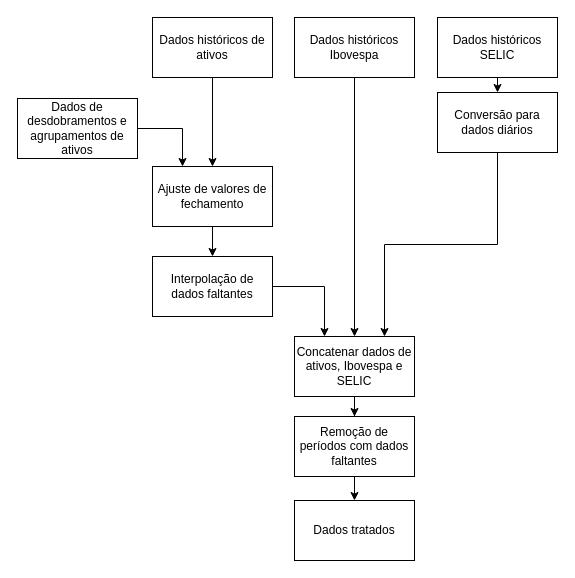
Earlier version of the draw.io diagram page "Page-1" (1 of 6) of imagens/fluxos.drawio (renandcl/Portfolio_Optimization). Source tidied: cells renumbered, new cells numbered last; positions are measured from the earlier drawing's top-left corner, leaving out a move shared by most shapes. Both pictures are drawn from the tidied source at 100%, with x=0, y=0 at pixel (17, 17).
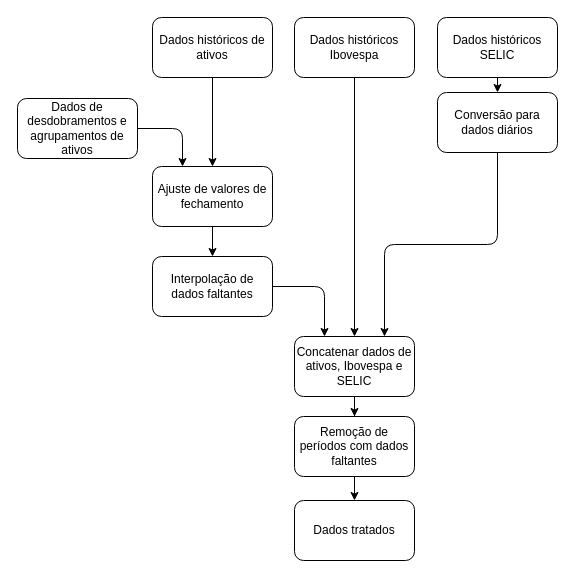
The same diagram, later.

The edit, as a diff of the source:
```diff
@@
-    <mxCell id="2" style="edgeStyle=orthogonalEdgeStyle;rounded=0;jettySize=auto;html=1;exitX=0.5;exitY=1;exitDx=0;exitDy=0;entryX=0.5;entryY=0;entryDx=0;entryDy=0;" parent="1" edge="1" source="3" target="11">
+    <mxCell id="2" style="edgeStyle=orthogonalEdgeStyle;rounded=1;jettySize=auto;html=1;exitX=0.5;exitY=1;exitDx=0;exitDy=0;entryX=0.5;entryY=0;entryDx=0;entryDy=0;" parent="1" edge="1" source="3" target="11">
       <mxGeometry relative="1" as="geometry" />
     </mxCell>
-    <mxCell id="3" value="Dados históricos de ativos" style="rounded=0;whiteSpace=wrap;html=1;" parent="1" vertex="1">
+    <mxCell id="3" value="Dados históricos de ativos" style="rounded=1;whiteSpace=wrap;html=1;" parent="1" vertex="1">
       <mxGeometry x="135" width="120" height="60" as="geometry" />
     </mxCell>
-    <mxCell id="4" style="edgeStyle=orthogonalEdgeStyle;rounded=0;jettySize=auto;html=1;exitX=1;exitY=0.5;exitDx=0;exitDy=0;entryX=0.25;entryY=0;entryDx=0;entryDy=0;" parent="1" edge="1" source="5" target="11">
+    <mxCell id="4" style="edgeStyle=orthogonalEdgeStyle;rounded=1;jettySize=auto;html=1;exitX=1;exitY=0.5;exitDx=0;exitDy=0;entryX=0.25;entryY=0;entryDx=0;entryDy=0;" parent="1" edge="1" source="5" target="11">
       <mxGeometry relative="1" as="geometry" />
     </mxCell>
-    <mxCell id="5" value="Dados de desdobramentos e agrupamentos de ativos" style="whiteSpace=wrap;html=1;rounded=0;" parent="1" vertex="1">
+    <mxCell id="5" value="Dados de desdobramentos e agrupamentos de ativos" style="whiteSpace=wrap;html=1;rounded=1;" parent="1" vertex="1">
       <mxGeometry y="81" width="120" height="60" as="geometry" />
     </mxCell>
-    <mxCell id="6" style="edgeStyle=orthogonalEdgeStyle;rounded=0;jettySize=auto;html=1;exitX=0.5;exitY=1;exitDx=0;exitDy=0;" parent="1" edge="1" source="7" target="17">
+    <mxCell id="6" style="edgeStyle=orthogonalEdgeStyle;rounded=1;jettySize=auto;html=1;exitX=0.5;exitY=1;exitDx=0;exitDy=0;" parent="1" edge="1" source="7" target="17">
       <mxGeometry relative="1" as="geometry" />
     </mxCell>
-    <mxCell id="7" value="Dados históricos Ibovespa" style="whiteSpace=wrap;html=1;rounded=0;" parent="1" vertex="1">
+    <mxCell id="7" value="Dados históricos Ibovespa" style="whiteSpace=wrap;html=1;rounded=1;" parent="1" vertex="1">
       <mxGeometry x="277" width="120" height="60" as="geometry" />
     </mxCell>
@@
-    <mxCell id="9" value="Dados históricos SELIC" style="whiteSpace=wrap;html=1;rounded=0;" parent="1" vertex="1">
+    <mxCell id="9" value="Dados históricos SELIC" style="whiteSpace=wrap;html=1;rounded=1;" parent="1" vertex="1">
       <mxGeometry x="420" width="120" height="60" as="geometry" />
     </mxCell>
@@
-    <mxCell id="11" value="Ajuste de valores de fechamento" style="rounded=0;whiteSpace=wrap;html=1;" parent="1" vertex="1">
+    <mxCell id="11" value="Ajuste de valores de fechamento" style="rounded=1;whiteSpace=wrap;html=1;" parent="1" vertex="1">
       <mxGeometry x="135" y="149" width="120" height="60" as="geometry" />
     </mxCell>
-    <mxCell id="12" style="edgeStyle=orthogonalEdgeStyle;rounded=0;jettySize=auto;html=1;exitX=1;exitY=0.5;exitDx=0;exitDy=0;entryX=0.25;entryY=0;entryDx=0;entryDy=0;" parent="1" edge="1" source="13" target="17">
+    <mxCell id="12" style="edgeStyle=orthogonalEdgeStyle;rounded=1;jettySize=auto;html=1;exitX=1;exitY=0.5;exitDx=0;exitDy=0;entryX=0.25;entryY=0;entryDx=0;entryDy=0;" parent="1" edge="1" source="13" target="17">
       <mxGeometry relative="1" as="geometry" />
     </mxCell>
-    <mxCell id="13" value="Interpolação de dados faltantes" style="whiteSpace=wrap;html=1;rounded=0;" parent="1" vertex="1">
+    <mxCell id="13" value="Interpolação de dados faltantes" style="whiteSpace=wrap;html=1;rounded=1;" parent="1" vertex="1">
       <mxGeometry x="135" y="239" width="120" height="60" as="geometry" />
     </mxCell>
-    <mxCell id="14" style="edgeStyle=orthogonalEdgeStyle;rounded=0;jettySize=auto;html=1;exitX=0.5;exitY=1;exitDx=0;exitDy=0;entryX=0.75;entryY=0;entryDx=0;entryDy=0;" parent="1" edge="1" source="15" target="17">
+    <mxCell id="14" style="edgeStyle=orthogonalEdgeStyle;rounded=1;jettySize=auto;html=1;exitX=0.5;exitY=1;exitDx=0;exitDy=0;entryX=0.75;entryY=0;entryDx=0;entryDy=0;" parent="1" edge="1" source="15" target="17">
       <mxGeometry relative="1" as="geometry" />
     </mxCell>
-    <mxCell id="15" value="Conversão para dados diários" style="whiteSpace=wrap;html=1;rounded=0;" parent="1" vertex="1">
+    <mxCell id="15" value="Conversão para dados diários" style="whiteSpace=wrap;html=1;rounded=1;" parent="1" vertex="1">
       <mxGeometry x="420" y="75" width="120" height="60" as="geometry" />
     </mxCell>
@@
-    <mxCell id="17" value="Concatenar dados de ativos, Ibovespa e SELIC" style="whiteSpace=wrap;html=1;rounded=0;" parent="1" vertex="1">
+    <mxCell id="17" value="Concatenar dados de ativos, Ibovespa e SELIC" style="whiteSpace=wrap;html=1;rounded=1;" parent="1" vertex="1">
       <mxGeometry x="277" y="319" width="120" height="60" as="geometry" />
     </mxCell>
@@
-    <mxCell id="19" value="Remoção de períodos com dados faltantes" style="whiteSpace=wrap;html=1;rounded=0;" parent="1" vertex="1">
+    <mxCell id="19" value="Remoção de períodos com dados faltantes" style="whiteSpace=wrap;html=1;rounded=1;" parent="1" vertex="1">
       <mxGeometry x="277" y="399" width="120" height="60" as="geometry" />
     </mxCell>
-    <mxCell id="20" value="Dados tratados" style="whiteSpace=wrap;html=1;rounded=0;" parent="1" vertex="1">
+    <mxCell id="20" value="Dados tratados" style="whiteSpace=wrap;html=1;rounded=1;" parent="1" vertex="1">
       <mxGeometry x="277" y="483" width="120" height="60" as="geometry" />
     </mxCell>
```
